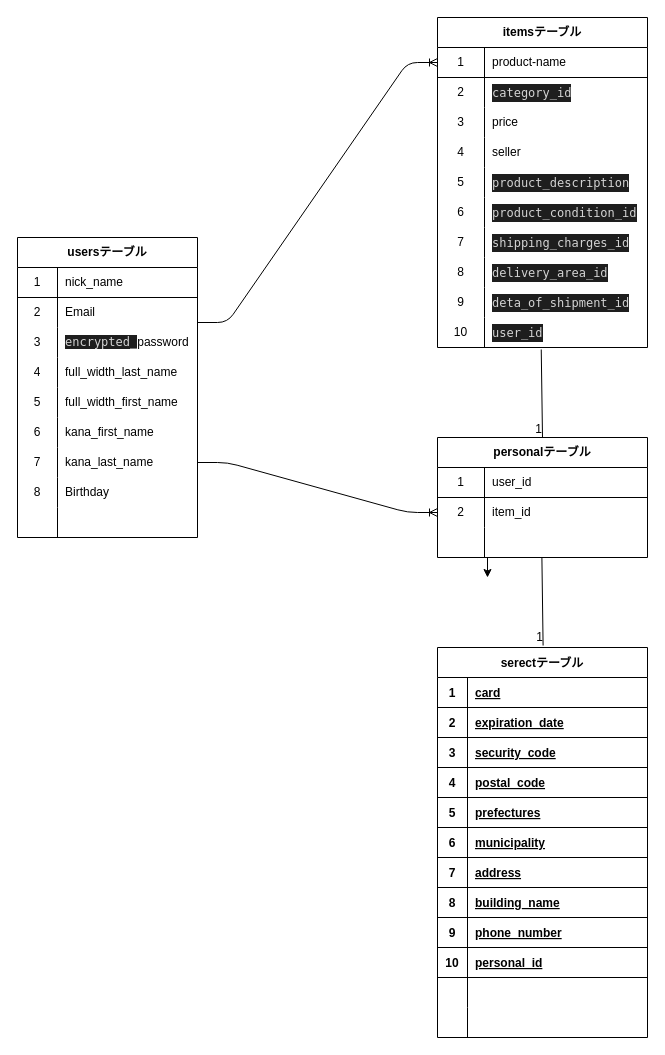
This is ER.dio from kosei315/furima-32999, a draw.io file, before an edit. Source tidied: cells renumbered, new cells numbered last; positions are measured from the earlier drawing's top-left corner, leaving out a move shared by most shapes. Both pictures are drawn from the tidied source at 100%, with x=0, y=0 at pixel (17, 17).
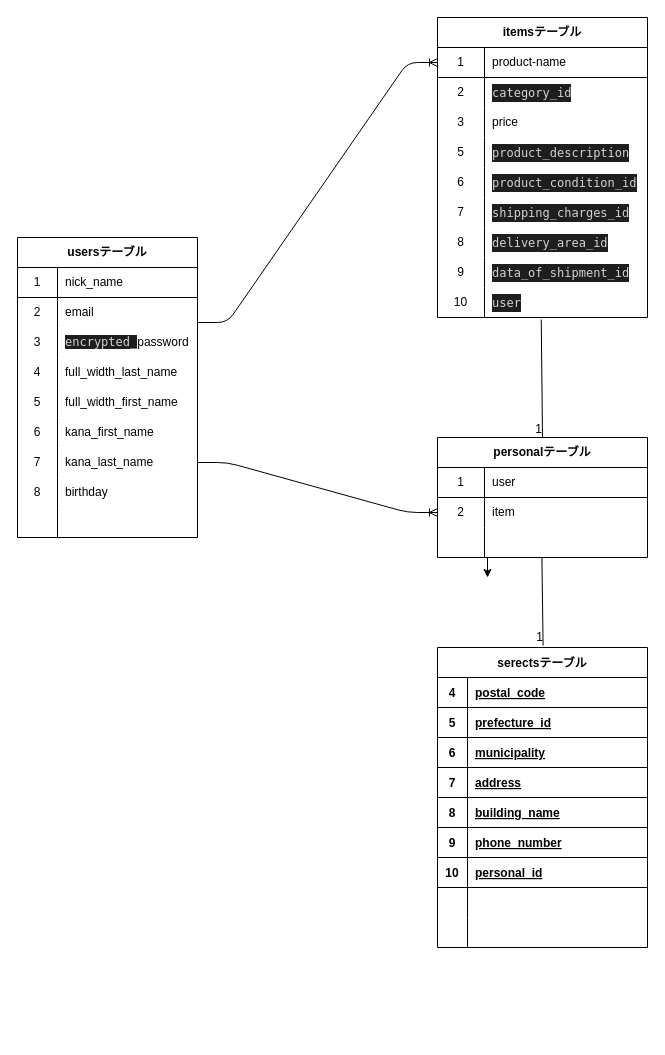
Above is the later version.

Commit message (it also covers changes not shown here):
ER図とREADMEの修正

The change refers to these unchanged cells:
```xml
<mxCell id="37" style="shape=partialRectangle;html=1;whiteSpace=wrap;fillColor=none;top=0;left=0;bottom=0;right=0;" parent="33" vertex="1">
  <mxGeometry y="60" width="180" height="30" as="geometry" />
</mxCell>
<mxCell id="55" style="shape=partialRectangle;html=1;whiteSpace=wrap;fillColor=none;top=0;left=0;bottom=0;right=0;" parent="33" vertex="1">
  <mxGeometry y="240" width="180" height="30" as="geometry" />
</mxCell>
<mxCell id="63" style="shape=partialRectangle;html=1;whiteSpace=wrap;fillColor=none;top=0;left=0;bottom=1;right=0;" parent="62" vertex="1">
  <mxGeometry y="30" width="210" height="30" as="geometry" />
</mxCell>
<mxCell id="66" style="shape=partialRectangle;html=1;whiteSpace=wrap;fillColor=none;top=0;left=0;bottom=0;right=0;points=[[0,0.5],[1,0.5]];portConstraint=eastwest;" parent="62" vertex="1">
  <mxGeometry y="60" width="210" height="30" as="geometry" />
</mxCell>
```

Change to the diagram source:
```diff
@@
     <mxCell id="2" value="itemsテーブル" style="shape=table;html=1;whiteSpace=wrap;startSize=30;childLayout=tableLayout;rowLines=0;fontStyle=1;align=center;" parent="1" vertex="1">
-      <mxGeometry x="420" width="210" height="330" as="geometry" />
+      <mxGeometry x="420" width="210" height="300" as="geometry" />
     </mxCell>
@@
-    <mxCell id="12" style="shape=partialRectangle;html=1;whiteSpace=wrap;fillColor=none;top=0;left=0;bottom=0;right=0;" parent="2" vertex="1">
-      <mxGeometry y="120" width="210" height="30" as="geometry" />
-    </mxCell>
-    <mxCell id="13" value="4" style="shape=partialRectangle;html=1;whiteSpace=wrap;fillColor=none;top=0;left=0;bottom=0;right=0;overflow=hidden;" parent="12" vertex="1">
-      <mxGeometry width="47" height="30" as="geometry" />
-    </mxCell>
-    <mxCell id="14" value="seller" style="shape=partialRectangle;html=1;whiteSpace=wrap;fillColor=none;top=0;left=0;bottom=0;right=0;align=left;spacingLeft=6;overflow=hidden;" parent="12" vertex="1">
-      <mxGeometry x="47" width="163" height="30" as="geometry" />
-    </mxCell>
     <mxCell id="15" style="shape=partialRectangle;html=1;whiteSpace=wrap;fillColor=none;top=0;left=0;bottom=0;right=0;" parent="2" vertex="1">
-      <mxGeometry y="150" width="210" height="30" as="geometry" />
+      <mxGeometry y="120" width="210" height="30" as="geometry" />
     </mxCell>
@@
     <mxCell id="18" style="shape=partialRectangle;html=1;whiteSpace=wrap;fillColor=none;top=0;left=0;bottom=0;right=0;" parent="2" vertex="1">
-      <mxGeometry y="180" width="210" height="30" as="geometry" />
+      <mxGeometry y="150" width="210" height="30" as="geometry" />
     </mxCell>
@@
     <mxCell id="21" style="shape=partialRectangle;html=1;whiteSpace=wrap;fillColor=none;top=0;left=0;bottom=0;right=0;" parent="2" vertex="1">
-      <mxGeometry y="210" width="210" height="30" as="geometry" />
+      <mxGeometry y="180" width="210" height="30" as="geometry" />
     </mxCell>
@@
     <mxCell id="24" style="shape=partialRectangle;html=1;whiteSpace=wrap;fillColor=none;top=0;left=0;bottom=0;right=0;" parent="2" vertex="1">
-      <mxGeometry y="240" width="210" height="30" as="geometry" />
+      <mxGeometry y="210" width="210" height="30" as="geometry" />
     </mxCell>
@@
     <mxCell id="27" style="shape=partialRectangle;html=1;whiteSpace=wrap;fillColor=none;top=0;left=0;bottom=0;right=0;" parent="2" vertex="1">
-      <mxGeometry y="270" width="210" height="30" as="geometry" />
+      <mxGeometry y="240" width="210" height="30" as="geometry" />
     </mxCell>
@@
-    <mxCell id="29" value="&lt;div style=&quot;color: rgb(212, 212, 212); background-color: rgb(30, 30, 30); font-family: menlo, monaco, &amp;quot;courier new&amp;quot;, monospace; font-weight: normal; font-size: 12px; line-height: 18px;&quot;&gt;&lt;div&gt;&lt;span style=&quot;color: #d4d4d4&quot;&gt;deta_of_shipment_id&lt;/span&gt;&lt;/div&gt;&lt;/div&gt;" style="shape=partialRectangle;html=1;whiteSpace=wrap;fillColor=none;top=0;left=0;bottom=0;right=0;align=left;spacingLeft=6;overflow=hidden;" parent="27" vertex="1">
+    <mxCell id="29" value="&lt;div style=&quot;color: rgb(212 , 212 , 212) ; background-color: rgb(30 , 30 , 30) ; font-family: &amp;#34;menlo&amp;#34; , &amp;#34;monaco&amp;#34; , &amp;#34;courier new&amp;#34; , monospace ; font-weight: normal ; font-size: 12px ; line-height: 18px&quot;&gt;&lt;div&gt;&lt;span style=&quot;color: #d4d4d4&quot;&gt;data_of_shipment_id&lt;/span&gt;&lt;/div&gt;&lt;/div&gt;" style="shape=partialRectangle;html=1;whiteSpace=wrap;fillColor=none;top=0;left=0;bottom=0;right=0;align=left;spacingLeft=6;overflow=hidden;" parent="27" vertex="1">
       <mxGeometry x="47" width="163" height="30" as="geometry" />
     </mxCell>
     <mxCell id="30" style="shape=partialRectangle;html=1;whiteSpace=wrap;fillColor=none;top=0;left=0;bottom=0;right=0;points=[[0,0.5],[1,0.5]];portConstraint=eastwest;" parent="2" vertex="1">
-      <mxGeometry y="300" width="210" height="30" as="geometry" />
+      <mxGeometry y="270" width="210" height="30" as="geometry" />
     </mxCell>
@@
-    <mxCell id="32" value="&lt;div style=&quot;color: rgb(212, 212, 212); background-color: rgb(30, 30, 30); font-family: menlo, monaco, &amp;quot;courier new&amp;quot;, monospace; font-weight: normal; font-size: 12px; line-height: 18px;&quot;&gt;&lt;div&gt;&lt;span style=&quot;color: #d4d4d4&quot;&gt;user_id&lt;/span&gt;&lt;/div&gt;&lt;/div&gt;" style="shape=partialRectangle;html=1;whiteSpace=wrap;fillColor=none;top=0;left=0;bottom=0;right=0;align=left;spacingLeft=6;overflow=hidden;" parent="30" vertex="1">
+    <mxCell id="32" value="&lt;div style=&quot;color: rgb(212 , 212 , 212) ; background-color: rgb(30 , 30 , 30) ; font-family: &amp;#34;menlo&amp;#34; , &amp;#34;monaco&amp;#34; , &amp;#34;courier new&amp;#34; , monospace ; font-weight: normal ; font-size: 12px ; line-height: 18px&quot;&gt;&lt;div&gt;&lt;span style=&quot;color: #d4d4d4&quot;&gt;user&lt;/span&gt;&lt;/div&gt;&lt;/div&gt;" style="shape=partialRectangle;html=1;whiteSpace=wrap;fillColor=none;top=0;left=0;bottom=0;right=0;align=left;spacingLeft=6;overflow=hidden;" parent="30" vertex="1">
       <mxGeometry x="47" width="163" height="30" as="geometry" />
     </mxCell>
@@
-    <mxCell id="39" value="Email" style="shape=partialRectangle;html=1;whiteSpace=wrap;fillColor=none;top=0;left=0;bottom=0;right=0;align=left;spacingLeft=6;overflow=hidden;" parent="37" vertex="1">
+    <mxCell id="39" value="email" style="shape=partialRectangle;html=1;whiteSpace=wrap;fillColor=none;top=0;left=0;bottom=0;right=0;align=left;spacingLeft=6;overflow=hidden;" parent="37" vertex="1">
       <mxGeometry x="40" width="140" height="30" as="geometry" />
     </mxCell>
@@
-    <mxCell id="57" value="Birthday" style="shape=partialRectangle;html=1;whiteSpace=wrap;fillColor=none;top=0;left=0;bottom=0;right=0;align=left;spacingLeft=6;overflow=hidden;" parent="55" vertex="1">
+    <mxCell id="57" value="birthday" style="shape=partialRectangle;html=1;whiteSpace=wrap;fillColor=none;top=0;left=0;bottom=0;right=0;align=left;spacingLeft=6;overflow=hidden;" parent="55" vertex="1">
       <mxGeometry x="40" width="140" height="30" as="geometry" />
     </mxCell>
@@
-    <mxCell id="65" value="user_id" style="shape=partialRectangle;html=1;whiteSpace=wrap;fillColor=none;top=0;left=0;bottom=0;right=0;align=left;spacingLeft=6;overflow=hidden;" parent="63" vertex="1">
+    <mxCell id="65" value="user" style="shape=partialRectangle;html=1;whiteSpace=wrap;fillColor=none;top=0;left=0;bottom=0;right=0;align=left;spacingLeft=6;overflow=hidden;" parent="63" vertex="1">
       <mxGeometry x="47" width="163" height="30" as="geometry" />
     </mxCell>
@@
-    <mxCell id="68" value="item_id" style="shape=partialRectangle;html=1;whiteSpace=wrap;fillColor=none;top=0;left=0;bottom=0;right=0;align=left;spacingLeft=6;overflow=hidden;" parent="66" vertex="1">
+    <mxCell id="68" value="item" style="shape=partialRectangle;html=1;whiteSpace=wrap;fillColor=none;top=0;left=0;bottom=0;right=0;align=left;spacingLeft=6;overflow=hidden;" parent="66" vertex="1">
       <mxGeometry x="47" width="163" height="30" as="geometry" />
     </mxCell>
@@
-    <mxCell id="75" value="serectテーブル" style="shape=table;startSize=30;childLayout=tableLayout;rowLines=0;fontStyle=1;align=center;" parent="1" vertex="1">
-      <mxGeometry x="420" y="630" width="210" height="390" as="geometry" />
+    <mxCell id="75" value="serectsテーブル" style="shape=table;startSize=30;childLayout=tableLayout;rowLines=0;fontStyle=1;align=center;" parent="1" vertex="1">
+      <mxGeometry x="420" y="630" width="210" height="300" as="geometry" />
     </mxCell>
-    <mxCell id="76" style="shape=partialRectangle;fillColor=none;top=0;left=0;bottom=1;right=0;" parent="75" vertex="1">
-      <mxGeometry y="30" width="210" height="30" as="geometry" />
-    </mxCell>
-    <mxCell id="77" value="1" style="shape=partialRectangle;fillColor=none;top=0;left=0;bottom=0;right=0;fontStyle=1;overflow=hidden;" parent="76" vertex="1">
-      <mxGeometry width="30" height="30" as="geometry" />
-    </mxCell>
-    <mxCell id="78" value="card" style="shape=partialRectangle;fillColor=none;top=0;left=0;bottom=0;right=0;align=left;spacingLeft=6;fontStyle=5;overflow=hidden;" parent="76" vertex="1">
-      <mxGeometry x="30" width="180" height="30" as="geometry" />
-    </mxCell>
-    <mxCell id="79" style="shape=partialRectangle;fillColor=none;top=0;left=0;bottom=1;right=0;" parent="75" vertex="1">
-      <mxGeometry y="60" width="210" height="30" as="geometry" />
-    </mxCell>
-    <mxCell id="80" value="2" style="shape=partialRectangle;fillColor=none;top=0;left=0;bottom=0;right=0;fontStyle=1;overflow=hidden;" parent="79" vertex="1">
-      <mxGeometry width="30" height="30" as="geometry" />
-    </mxCell>
-    <mxCell id="81" value="expiration_date" style="shape=partialRectangle;fillColor=none;top=0;left=0;bottom=0;right=0;align=left;spacingLeft=6;fontStyle=5;overflow=hidden;" parent="79" vertex="1">
-      <mxGeometry x="30" width="180" height="30" as="geometry" />
-    </mxCell>
-    <mxCell id="82" style="shape=partialRectangle;fillColor=none;top=0;left=0;bottom=1;right=0;" parent="75" vertex="1">
-      <mxGeometry y="90" width="210" height="30" as="geometry" />
-    </mxCell>
-    <mxCell id="83" value="3" style="shape=partialRectangle;fillColor=none;top=0;left=0;bottom=0;right=0;fontStyle=1;overflow=hidden;" parent="82" vertex="1">
-      <mxGeometry width="30" height="30" as="geometry" />
-    </mxCell>
-    <mxCell id="84" value="security_code" style="shape=partialRectangle;fillColor=none;top=0;left=0;bottom=0;right=0;align=left;spacingLeft=6;fontStyle=5;overflow=hidden;" parent="82" vertex="1">
-      <mxGeometry x="30" width="180" height="30" as="geometry" />
-    </mxCell>
     <mxCell id="85" style="shape=partialRectangle;fillColor=none;top=0;left=0;bottom=1;right=0;" parent="75" vertex="1">
-      <mxGeometry y="120" width="210" height="30" as="geometry" />
+      <mxGeometry y="30" width="210" height="30" as="geometry" />
     </mxCell>
@@
     <mxCell id="88" style="shape=partialRectangle;fillColor=none;top=0;left=0;bottom=1;right=0;" parent="75" vertex="1">
-      <mxGeometry y="150" width="210" height="30" as="geometry" />
+      <mxGeometry y="60" width="210" height="30" as="geometry" />
     </mxCell>
@@
-    <mxCell id="90" value="prefectures" style="shape=partialRectangle;fillColor=none;top=0;left=0;bottom=0;right=0;align=left;spacingLeft=6;fontStyle=5;overflow=hidden;" parent="88" vertex="1">
+    <mxCell id="90" value="prefecture_id" style="shape=partialRectangle;fillColor=none;top=0;left=0;bottom=0;right=0;align=left;spacingLeft=6;fontStyle=5;overflow=hidden;" parent="88" vertex="1">
       <mxGeometry x="30" width="180" height="30" as="geometry" />
     </mxCell>
     <mxCell id="91" style="shape=partialRectangle;fillColor=none;top=0;left=0;bottom=1;right=0;" parent="75" vertex="1">
-      <mxGeometry y="180" width="210" height="30" as="geometry" />
+      <mxGeometry y="90" width="210" height="30" as="geometry" />
     </mxCell>
@@
     <mxCell id="94" style="shape=partialRectangle;fillColor=none;top=0;left=0;bottom=1;right=0;" parent="75" vertex="1">
-      <mxGeometry y="210" width="210" height="30" as="geometry" />
+      <mxGeometry y="120" width="210" height="30" as="geometry" />
     </mxCell>
@@
     <mxCell id="97" style="shape=partialRectangle;fillColor=none;top=0;left=0;bottom=1;right=0;" parent="75" vertex="1">
-      <mxGeometry y="240" width="210" height="30" as="geometry" />
+      <mxGeometry y="150" width="210" height="30" as="geometry" />
     </mxCell>
@@
     <mxCell id="100" style="shape=partialRectangle;fillColor=none;top=0;left=0;bottom=1;right=0;" parent="75" vertex="1">
-      <mxGeometry y="270" width="210" height="30" as="geometry" />
+      <mxGeometry y="180" width="210" height="30" as="geometry" />
     </mxCell>
@@
     <mxCell id="103" style="shape=partialRectangle;fillColor=none;top=0;left=0;bottom=1;right=0;" parent="75" vertex="1">
-      <mxGeometry y="300" width="210" height="30" as="geometry" />
+      <mxGeometry y="210" width="210" height="30" as="geometry" />
     </mxCell>
@@
     <mxCell id="106" style="shape=partialRectangle;fillColor=none;top=0;left=0;bottom=0;right=0;" parent="75" vertex="1">
-      <mxGeometry y="330" width="210" height="30" as="geometry" />
+      <mxGeometry y="240" width="210" height="30" as="geometry" />
     </mxCell>
@@
     <mxCell id="109" style="shape=partialRectangle;fillColor=none;top=0;left=0;bottom=0;right=0;" parent="75" vertex="1">
-      <mxGeometry y="360" width="210" height="30" as="geometry" />
+      <mxGeometry y="270" width="210" height="30" as="geometry" />
     </mxCell>
```
